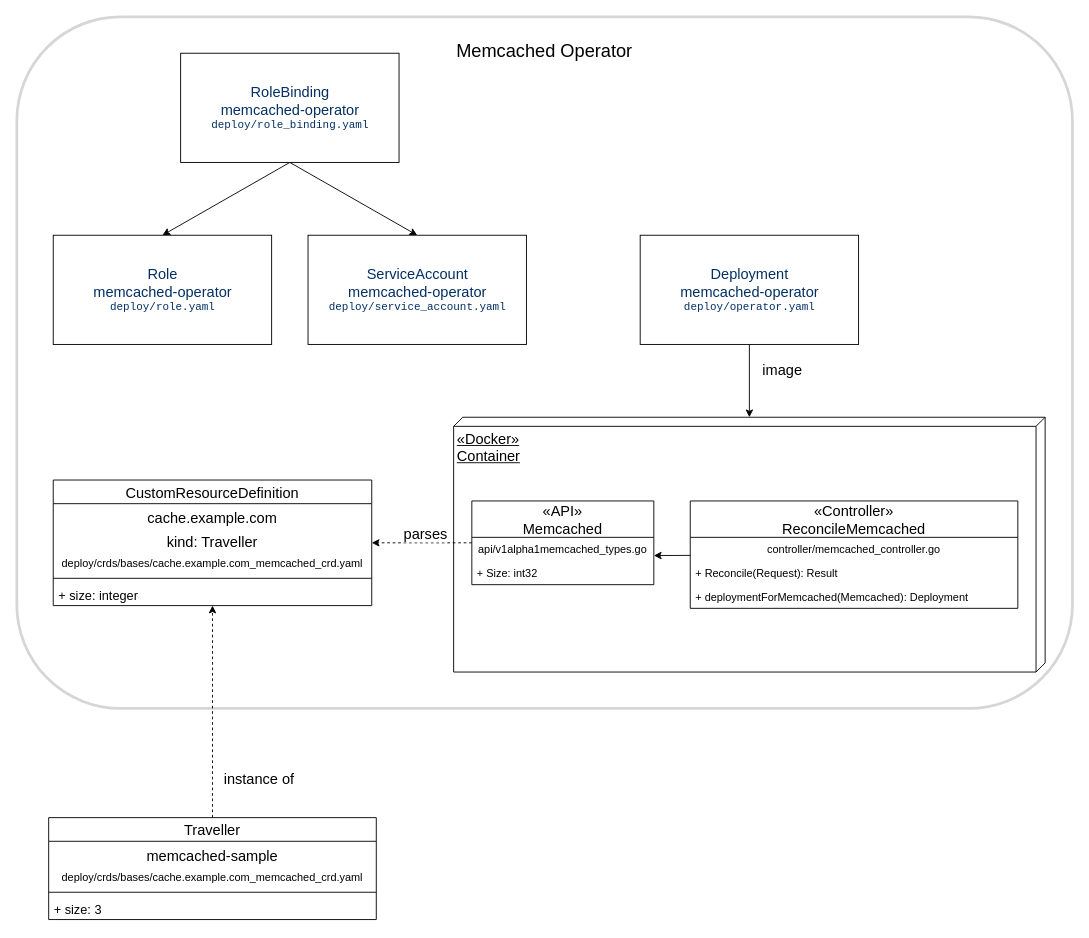
Before: images/Operator Structure.drawio in IBM/create-and-deploy-memcached-operator-using-go, a draw.io diagram. Source tidied: cells renumbered, new cells numbered last; positions are measured from the earlier drawing's top-left corner, leaving out a move shared by most shapes. Both pictures are drawn from the tidied source at 91%, with x=0, y=0 at pixel (16, 16).
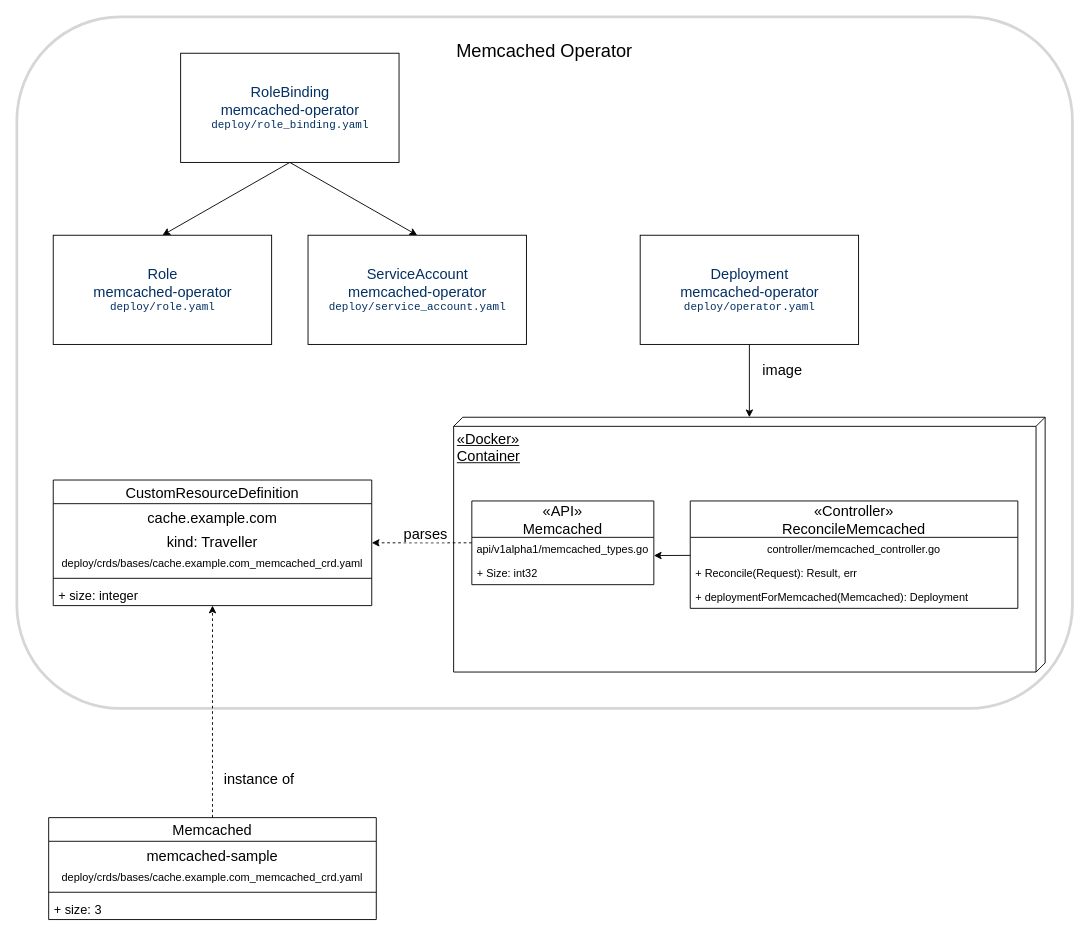
Above is the later version.

Commit message (it also covers changes not shown here):
TT-ISV-org/planning#265: update operator diagram

Unchanged cells that the change refers to:
```xml
<mxCell id="13" value="«Controller»&#10;ReconcileMemcached" style="swimlane;fontStyle=0;horizontal=1;startSize=40;fillColor=none;fontSize=16;" parent="1" vertex="1">
  <mxGeometry x="740" y="532" width="360" height="118" as="geometry" />
</mxCell>
<mxCell id="17" value="«API»&#10;Memcached" style="swimlane;fontStyle=0;horizontal=1;startSize=40;fillColor=none;fontSize=16;" parent="1" vertex="1">
  <mxGeometry x="500" y="532" width="200" height="92" as="geometry" />
</mxCell>
```

Change to the diagram source:
```diff
@@
-    <mxCell id="15" value="+ Reconcile(Request): Result" style="text;strokeColor=none;fillColor=none;align=left;verticalAlign=top;spacingLeft=4;spacingRight=4;overflow=hidden;" parent="13" vertex="1">
+    <mxCell id="15" value="+ Reconcile(Request): Result, err" style="text;strokeColor=none;fillColor=none;align=left;verticalAlign=top;spacingLeft=4;spacingRight=4;overflow=hidden;" parent="13" vertex="1">
       <mxGeometry y="66" width="360" height="26" as="geometry" />
     </mxCell>
@@
-    <mxCell id="18" value="api/v1alpha1memcached_types.go" style="text;strokeColor=none;fillColor=none;align=center;verticalAlign=top;spacingLeft=4;spacingRight=4;overflow=hidden;points=[[0,0.5],[1,0.5]];portConstraint=eastwest;" parent="17" vertex="1">
+    <mxCell id="18" value="api/v1alpha1/memcached_types.go" style="text;strokeColor=none;fillColor=none;align=center;verticalAlign=top;spacingLeft=4;spacingRight=4;overflow=hidden;points=[[0,0.5],[1,0.5]];portConstraint=eastwest;" parent="17" vertex="1">
       <mxGeometry y="40" width="200" height="26" as="geometry" />
     </mxCell>
@@
-    <mxCell id="28" value="Traveller" style="swimlane;fontStyle=0;horizontal=1;startSize=26;fillColor=none;fontSize=16;align=center;" parent="1" vertex="1">
+    <mxCell id="28" value="Memcached" style="swimlane;fontStyle=0;horizontal=1;startSize=26;fillColor=none;fontSize=16;align=center;" parent="1" vertex="1">
       <mxGeometry x="35" y="880" width="360" height="112" as="geometry" />
     </mxCell>
```
